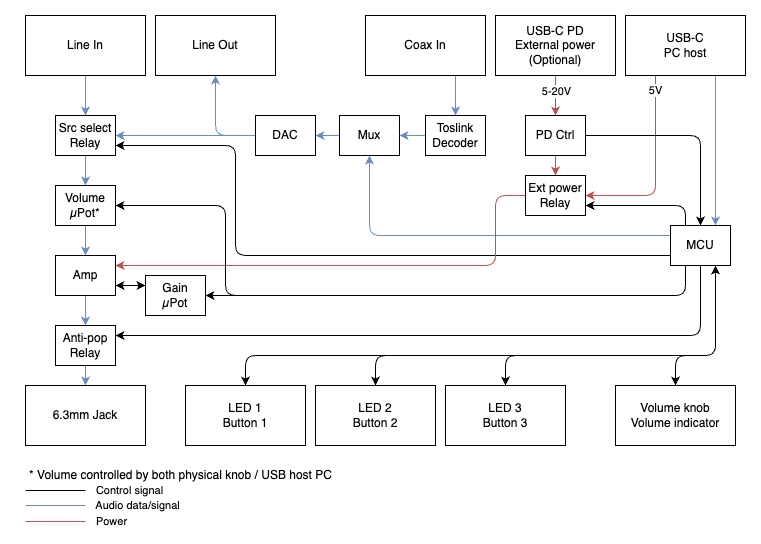
Earlier version of the draw.io export arch.drawio.png (akiroz/Project-H10). Source tidied: cells renumbered, new cells last; positions are measured from the earlier drawing's top-left corner, leaving out a move shared by most shapes.
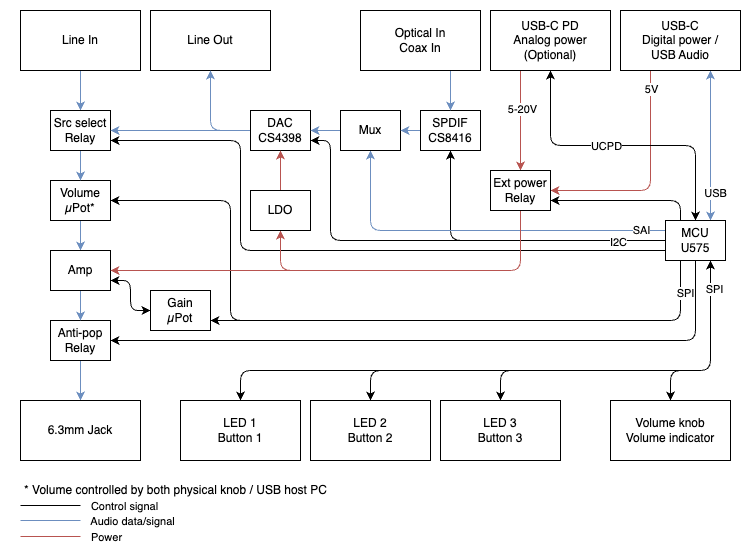
The same file after the commit.

Diff of the diagram source:
```diff
@@ -2,6 +2,9 @@
   <root>
     <mxCell id="0" />
     <mxCell id="1" parent="0" />
+    <mxCell id="59" style="edgeStyle=orthogonalEdgeStyle;rounded=1;jettySize=auto;html=1;exitX=0;exitY=0.5;exitDx=0;exitDy=0;entryX=0.5;entryY=1;entryDx=0;entryDy=0;" parent="1" edge="1" source="21" target="54">
+      <mxGeometry relative="1" as="geometry" />
+    </mxCell>
     <mxCell id="2" style="edgeStyle=orthogonalEdgeStyle;rounded=0;jettySize=auto;html=1;exitX=0.5;exitY=1;exitDx=0;exitDy=0;entryX=0.5;entryY=0;entryDx=0;entryDy=0;fillColor=#dae8fc;strokeColor=#6c8ebf;" parent="1" edge="1" source="3" target="12">
       <mxGeometry relative="1" as="geometry" />
     </mxCell>
@@ -11,9 +14,14 @@
     <mxCell id="4" value="Line Out" style="rounded=0;whiteSpace=wrap;html=1;" parent="1" vertex="1">
       <mxGeometry x="140" width="120" height="60" as="geometry" />
     </mxCell>
-    <mxCell id="5" style="edgeStyle=orthogonalEdgeStyle;rounded=0;jettySize=auto;html=1;exitX=0.75;exitY=1;exitDx=0;exitDy=0;entryX=0.75;entryY=0;entryDx=0;entryDy=0;fillColor=#dae8fc;strokeColor=#6c8ebf;" parent="1" edge="1" source="8" target="21">
+    <mxCell id="5" style="edgeStyle=orthogonalEdgeStyle;rounded=0;jettySize=auto;html=1;exitX=0.75;exitY=1;exitDx=0;exitDy=0;entryX=0.75;entryY=0;entryDx=0;entryDy=0;fillColor=#dae8fc;strokeColor=#6c8ebf;startArrow=classic;startFill=1;" parent="1" edge="1" source="8" target="21">
       <mxGeometry relative="1" as="geometry" />
     </mxCell>
+    <mxCell id="60" value="USB" style="edgeLabel;html=1;align=center;verticalAlign=middle;" parent="5" vertex="1">
+      <mxGeometry x="0.62" y="1" relative="1" as="geometry">
+        <mxPoint x="3" as="offset" />
+      </mxGeometry>
+    </mxCell>
     <mxCell id="6" style="edgeStyle=orthogonalEdgeStyle;rounded=1;jettySize=auto;html=1;exitX=0.25;exitY=1;exitDx=0;exitDy=0;entryX=1;entryY=0.5;entryDx=0;entryDy=0;fillColor=#f8cecc;strokeColor=#b85450;" parent="1" edge="1" source="8" target="43">
       <mxGeometry relative="1" as="geometry" />
     </mxCell>
@@ -22,7 +30,7 @@
         <mxPoint y="-6" as="offset" />
       </mxGeometry>
     </mxCell>
-    <mxCell id="8" value="USB-C&lt;br&gt;PC host" style="rounded=0;whiteSpace=wrap;html=1;" parent="1" vertex="1">
+    <mxCell id="8" value="USB-C&lt;br&gt;Digital power /&lt;br&gt;USB Audio" style="rounded=0;whiteSpace=wrap;html=1;" parent="1" vertex="1">
       <mxGeometry x="610" width="120" height="60" as="geometry" />
     </mxCell>
     <mxCell id="9" style="edgeStyle=orthogonalEdgeStyle;rounded=0;jettySize=auto;html=1;exitX=0.5;exitY=1;exitDx=0;exitDy=0;entryX=0.5;entryY=0;entryDx=0;entryDy=0;fillColor=#dae8fc;strokeColor=#6c8ebf;" parent="1" edge="1" source="10" target="41">
@@ -49,34 +57,55 @@
     <mxCell id="16" style="edgeStyle=orthogonalEdgeStyle;rounded=1;jettySize=auto;html=1;exitX=0;exitY=0.25;exitDx=0;exitDy=0;fillColor=#dae8fc;strokeColor=#6c8ebf;entryX=0.5;entryY=1;entryDx=0;entryDy=0;" parent="1" edge="1" source="21" target="52">
       <mxGeometry relative="1" as="geometry">
         <Array as="points">
-          <mxPoint x="354" y="220" />
+          <mxPoint x="360" y="220" />
         </Array>
       </mxGeometry>
     </mxCell>
+    <mxCell id="61" value="SAI" style="edgeLabel;html=1;align=center;verticalAlign=middle;" parent="16" vertex="1">
+      <mxGeometry x="-0.85" y="-1" relative="1" as="geometry">
+        <mxPoint x="3" as="offset" />
+      </mxGeometry>
+    </mxCell>
     <mxCell id="17" style="edgeStyle=orthogonalEdgeStyle;rounded=1;jettySize=auto;html=1;exitX=0;exitY=0.75;exitDx=0;exitDy=0;entryX=1;entryY=0.75;entryDx=0;entryDy=0;" parent="1" edge="1" source="21" target="12">
       <mxGeometry relative="1" as="geometry">
         <Array as="points">
-          <mxPoint x="220" y="240" />
-          <mxPoint x="220" y="130" />
+          <mxPoint x="230" y="240" />
+          <mxPoint x="230" y="130" />
         </Array>
       </mxGeometry>
     </mxCell>
     <mxCell id="18" style="edgeStyle=orthogonalEdgeStyle;rounded=1;jettySize=auto;html=1;exitX=0.25;exitY=1;exitDx=0;exitDy=0;entryX=1;entryY=0.5;entryDx=0;entryDy=0;" parent="1" edge="1" source="21" target="10">
       <mxGeometry relative="1" as="geometry">
         <Array as="points">
-          <mxPoint x="670" y="280" />
-          <mxPoint x="210" y="280" />
-          <mxPoint x="210" y="190" />
+          <mxPoint x="670" y="310" />
+          <mxPoint x="220" y="310" />
+          <mxPoint x="220" y="190" />
         </Array>
       </mxGeometry>
     </mxCell>
-    <mxCell id="19" style="edgeStyle=orthogonalEdgeStyle;rounded=1;jettySize=auto;html=1;exitX=0.5;exitY=1;exitDx=0;exitDy=0;entryX=1;entryY=0.25;entryDx=0;entryDy=0;" parent="1" edge="1" source="21" target="14">
+    <mxCell id="19" style="edgeStyle=orthogonalEdgeStyle;rounded=1;jettySize=auto;html=1;exitX=0.5;exitY=1;exitDx=0;exitDy=0;entryX=1;entryY=0.5;entryDx=0;entryDy=0;" parent="1" edge="1" source="21" target="14">
       <mxGeometry relative="1" as="geometry" />
     </mxCell>
-    <mxCell id="20" style="edgeStyle=orthogonalEdgeStyle;jettySize=auto;html=1;exitX=0.25;exitY=1;exitDx=0;exitDy=0;entryX=1;entryY=0.5;entryDx=0;entryDy=0;rounded=1;" parent="1" edge="1" source="21" target="49">
+    <mxCell id="20" style="edgeStyle=orthogonalEdgeStyle;jettySize=auto;html=1;exitX=0.25;exitY=1;exitDx=0;exitDy=0;entryX=1;entryY=0.75;entryDx=0;entryDy=0;rounded=1;" parent="1" edge="1" source="21" target="49">
       <mxGeometry relative="1" as="geometry" />
     </mxCell>
+    <mxCell id="62" value="SPI" style="edgeLabel;html=1;align=center;verticalAlign=middle;" parent="20" vertex="1">
+      <mxGeometry x="-0.76" relative="1" as="geometry">
+        <mxPoint x="6" y="-28" as="offset" />
+      </mxGeometry>
+    </mxCell>
+    <mxCell id="63" style="edgeStyle=orthogonalEdgeStyle;rounded=1;jettySize=auto;html=1;exitX=0;exitY=0.5;exitDx=0;exitDy=0;entryX=1;entryY=0.75;entryDx=0;entryDy=0;" parent="1" edge="1" source="21" target="24">
+      <mxGeometry relative="1" as="geometry">
+        <Array as="points">
+          <mxPoint x="320" y="230" />
+          <mxPoint x="320" y="130" />
+        </Array>
+      </mxGeometry>
+    </mxCell>
+    <mxCell id="64" value="I2C" style="edgeLabel;html=1;align=center;verticalAlign=middle;" parent="63" vertex="1">
+      <mxGeometry x="-0.79" y="1" relative="1" as="geometry" />
+    </mxCell>
-    <mxCell id="21" value="MCU" style="rounded=0;whiteSpace=wrap;html=1;" parent="1" vertex="1">
+    <mxCell id="21" value="MCU&lt;br&gt;U575" style="rounded=0;whiteSpace=wrap;html=1;" parent="1" vertex="1">
       <mxGeometry x="655" y="210" width="60" height="40" as="geometry" />
     </mxCell>
     <mxCell id="22" style="edgeStyle=orthogonalEdgeStyle;rounded=1;jettySize=auto;html=1;exitX=0;exitY=0.5;exitDx=0;exitDy=0;entryX=1;entryY=0.5;entryDx=0;entryDy=0;fillColor=#dae8fc;strokeColor=#6c8ebf;" parent="1" edge="1" source="24" target="12">
@@ -85,96 +114,107 @@
     <mxCell id="23" style="edgeStyle=orthogonalEdgeStyle;rounded=1;jettySize=auto;html=1;exitX=0;exitY=0.5;exitDx=0;exitDy=0;entryX=0.5;entryY=1;entryDx=0;entryDy=0;fillColor=#dae8fc;strokeColor=#6c8ebf;" parent="1" edge="1" source="24" target="4">
       <mxGeometry relative="1" as="geometry" />
     </mxCell>
-    <mxCell id="24" value="DAC" style="rounded=0;whiteSpace=wrap;html=1;" parent="1" vertex="1">
+    <mxCell id="24" value="DAC&lt;br&gt;CS4398" style="rounded=0;whiteSpace=wrap;html=1;" parent="1" vertex="1">
       <mxGeometry x="240" y="100" width="60" height="40" as="geometry" />
     </mxCell>
     <mxCell id="25" value="6.3mm Jack" style="rounded=0;whiteSpace=wrap;html=1;" parent="1" vertex="1">
-      <mxGeometry x="10" y="370" width="120" height="60" as="geometry" />
+      <mxGeometry x="10" y="390" width="120" height="60" as="geometry" />
     </mxCell>
     <mxCell id="26" style="edgeStyle=orthogonalEdgeStyle;rounded=1;jettySize=auto;html=1;exitX=0.5;exitY=0;exitDx=0;exitDy=0;entryX=0.75;entryY=1;entryDx=0;entryDy=0;startArrow=classic;startFill=1;" parent="1" edge="1" source="27" target="21">
       <mxGeometry relative="1" as="geometry">
         <Array as="points">
-          <mxPoint x="660" y="340" />
-          <mxPoint x="700" y="340" />
+          <mxPoint x="660" y="360" />
+          <mxPoint x="700" y="360" />
         </Array>
       </mxGeometry>
     </mxCell>
     <mxCell id="27" value="Volume knob&lt;br&gt;Volume indicator" style="rounded=0;whiteSpace=wrap;html=1;" parent="1" vertex="1">
-      <mxGeometry x="600" y="370" width="120" height="60" as="geometry" />
+      <mxGeometry x="600" y="390" width="120" height="60" as="geometry" />
     </mxCell>
     <mxCell id="28" style="edgeStyle=orthogonalEdgeStyle;rounded=1;jettySize=auto;html=1;exitX=0.5;exitY=0;exitDx=0;exitDy=0;entryX=0.75;entryY=1;entryDx=0;entryDy=0;startArrow=classic;startFill=1;" parent="1" edge="1" source="29" target="21">
       <mxGeometry relative="1" as="geometry">
         <Array as="points">
-          <mxPoint x="230" y="340" />
-          <mxPoint x="700" y="340" />
+          <mxPoint x="230" y="360" />
+          <mxPoint x="700" y="360" />
         </Array>
       </mxGeometry>
     </mxCell>
     <mxCell id="29" value="LED 1&lt;br&gt;Button 1" style="rounded=0;whiteSpace=wrap;html=1;" parent="1" vertex="1">
-      <mxGeometry x="170" y="370" width="120" height="60" as="geometry" />
+      <mxGeometry x="170" y="390" width="120" height="60" as="geometry" />
     </mxCell>
     <mxCell id="30" style="edgeStyle=orthogonalEdgeStyle;rounded=1;jettySize=auto;html=1;exitX=0.5;exitY=0;exitDx=0;exitDy=0;startArrow=classic;startFill=1;" parent="1" edge="1" source="31">
       <mxGeometry relative="1" as="geometry">
         <mxPoint x="700" y="250" as="targetPoint" />
         <Array as="points">
-          <mxPoint x="360" y="340" />
-          <mxPoint x="700" y="340" />
+          <mxPoint x="360" y="360" />
+          <mxPoint x="700" y="360" />
         </Array>
       </mxGeometry>
     </mxCell>
     <mxCell id="31" value="LED 2&lt;br&gt;Button 2" style="rounded=0;whiteSpace=wrap;html=1;" parent="1" vertex="1">
-      <mxGeometry x="300" y="370" width="120" height="60" as="geometry" />
+      <mxGeometry x="300" y="390" width="120" height="60" as="geometry" />
     </mxCell>
     <mxCell id="32" style="edgeStyle=orthogonalEdgeStyle;rounded=1;jettySize=auto;html=1;exitX=0.5;exitY=0;exitDx=0;exitDy=0;entryX=0.75;entryY=1;entryDx=0;entryDy=0;startArrow=classic;startFill=1;" parent="1" edge="1" source="33" target="21">
       <mxGeometry relative="1" as="geometry">
         <Array as="points">
-          <mxPoint x="490" y="340" />
-          <mxPoint x="700" y="340" />
+          <mxPoint x="490" y="360" />
+          <mxPoint x="700" y="360" />
         </Array>
       </mxGeometry>
     </mxCell>
+    <mxCell id="65" value="SPI" style="edgeLabel;html=1;align=center;verticalAlign=middle;" parent="32" vertex="1">
+      <mxGeometry x="0.84" y="-1" relative="1" as="geometry">
+        <mxPoint x="2" as="offset" />
+      </mxGeometry>
+    </mxCell>
     <mxCell id="33" value="LED 3&lt;br&gt;Button 3" style="rounded=0;whiteSpace=wrap;html=1;" parent="1" vertex="1">
-      <mxGeometry x="430" y="370" width="120" height="60" as="geometry" />
+      <mxGeometry x="430" y="390" width="120" height="60" as="geometry" />
     </mxCell>
-    <mxCell id="34" style="edgeStyle=orthogonalEdgeStyle;rounded=0;jettySize=auto;html=1;exitX=0.5;exitY=1;exitDx=0;exitDy=0;entryX=0.5;entryY=0;entryDx=0;entryDy=0;fillColor=#f8cecc;strokeColor=#b85450;" parent="1" edge="1" source="36" target="39">
+    <mxCell id="34" style="edgeStyle=orthogonalEdgeStyle;rounded=0;jettySize=auto;html=1;exitX=0.25;exitY=1;exitDx=0;exitDy=0;entryX=0.5;entryY=0;entryDx=0;entryDy=0;fillColor=#f8cecc;strokeColor=#b85450;" parent="1" edge="1" source="36" target="43">
       <mxGeometry relative="1" as="geometry" />
     </mxCell>
     <mxCell id="35" value="5-20V" style="edgeLabel;html=1;align=center;verticalAlign=middle;" parent="34" vertex="1">
       <mxGeometry x="-0.24" y="1" relative="1" as="geometry" />
     </mxCell>
-    <mxCell id="36" value="USB-C PD&lt;br&gt;External power&lt;br&gt;(Optional)" style="rounded=0;whiteSpace=wrap;html=1;" parent="1" vertex="1">
+    <mxCell id="36" value="USB-C PD&lt;br&gt;Analog power&lt;br&gt;(Optional)" style="rounded=0;whiteSpace=wrap;html=1;" parent="1" vertex="1">
       <mxGeometry x="480" width="120" height="60" as="geometry" />
     </mxCell>
-    <mxCell id="37" style="edgeStyle=orthogonalEdgeStyle;rounded=0;jettySize=auto;html=1;exitX=0.5;exitY=1;exitDx=0;exitDy=0;entryX=0.5;entryY=0;entryDx=0;entryDy=0;fillColor=#f8cecc;strokeColor=#b85450;" parent="1" edge="1" source="39" target="43">
-      <mxGeometry relative="1" as="geometry" />
-    </mxCell>
-    <mxCell id="38" style="edgeStyle=orthogonalEdgeStyle;rounded=1;jettySize=auto;html=1;exitX=1;exitY=0.5;exitDx=0;exitDy=0;entryX=0.5;entryY=0;entryDx=0;entryDy=0;" parent="1" edge="1" source="39" target="21">
+    <mxCell id="38" style="edgeStyle=orthogonalEdgeStyle;rounded=1;jettySize=auto;html=1;exitX=0.5;exitY=1;exitDx=0;exitDy=0;entryX=0.5;entryY=0;entryDx=0;entryDy=0;startArrow=classic;startFill=1;" parent="1" edge="1" source="36" target="21">
       <mxGeometry relative="1" as="geometry" />
     </mxCell>
-    <mxCell id="39" value="PD Ctrl" style="rounded=0;whiteSpace=wrap;html=1;" parent="1" vertex="1">
-      <mxGeometry x="510" y="100" width="60" height="40" as="geometry" />
-    </mxCell>
+    <mxCell id="66" value="UCPD" style="edgeLabel;html=1;align=center;verticalAlign=middle;" parent="38" vertex="1">
+      <mxGeometry x="-0.17" y="2" relative="1" as="geometry">
+        <mxPoint x="7" y="2" as="offset" />
+      </mxGeometry>
+    </mxCell>
     <mxCell id="40" style="edgeStyle=orthogonalEdgeStyle;rounded=0;jettySize=auto;html=1;exitX=0.5;exitY=1;exitDx=0;exitDy=0;entryX=0.5;entryY=0;entryDx=0;entryDy=0;fillColor=#dae8fc;strokeColor=#6c8ebf;" parent="1" edge="1" source="41" target="14">
       <mxGeometry relative="1" as="geometry" />
     </mxCell>
     <mxCell id="41" value="Amp" style="rounded=0;whiteSpace=wrap;html=1;" parent="1" vertex="1">
       <mxGeometry x="40" y="240" width="60" height="40" as="geometry" />
     </mxCell>
-    <mxCell id="42" style="edgeStyle=orthogonalEdgeStyle;rounded=1;jettySize=auto;html=1;exitX=0;exitY=0.5;exitDx=0;exitDy=0;entryX=1;entryY=0.25;entryDx=0;entryDy=0;fillColor=#f8cecc;strokeColor=#b85450;" parent="1" edge="1" source="43" target="41">
+    <mxCell id="42" style="edgeStyle=orthogonalEdgeStyle;rounded=1;jettySize=auto;html=1;exitX=0.5;exitY=1;exitDx=0;exitDy=0;entryX=1;entryY=0.5;entryDx=0;entryDy=0;fillColor=#f8cecc;strokeColor=#b85450;" parent="1" edge="1" source="43" target="41">
       <mxGeometry relative="1" as="geometry">
         <Array as="points">
-          <mxPoint x="480" y="180" />
-          <mxPoint x="480" y="250" />
+          <mxPoint x="510" y="260" />
         </Array>
       </mxGeometry>
     </mxCell>
+    <mxCell id="67" style="edgeStyle=orthogonalEdgeStyle;rounded=1;jettySize=auto;html=1;exitX=0.5;exitY=1;exitDx=0;exitDy=0;entryX=0.5;entryY=1;entryDx=0;entryDy=0;fillColor=#f8cecc;strokeColor=#b85450;" parent="1" edge="1" source="43" target="70">
+      <mxGeometry relative="1" as="geometry">
+        <Array as="points">
+          <mxPoint x="510" y="260" />
+          <mxPoint x="270" y="260" />
+        </Array>
+      </mxGeometry>
+    </mxCell>
     <mxCell id="43" value="Ext power&lt;br&gt;Relay" style="rounded=0;whiteSpace=wrap;html=1;" parent="1" vertex="1">
-      <mxGeometry x="510" y="160" width="60" height="40" as="geometry" />
+      <mxGeometry x="480" y="160" width="60" height="40" as="geometry" />
     </mxCell>
     <mxCell id="44" style="endArrow=none;html=1;rounded=0;fillColor=#dae8fc;strokeColor=#6c8ebf;" parent="1" edge="1">
       <mxGeometry relative="1" as="geometry">
-        <mxPoint x="10" y="490" as="sourcePoint" />
-        <mxPoint x="70" y="490" as="targetPoint" />
+        <mxPoint x="10" y="510" as="sourcePoint" />
+        <mxPoint x="70" y="510" as="targetPoint" />
       </mxGeometry>
     </mxCell>
     <mxCell id="45" value="Audio data/signal" style="edgeLabel;html=1;align=center;verticalAlign=middle;" parent="44" vertex="1">
@@ -184,8 +224,8 @@
     </mxCell>
     <mxCell id="46" style="endArrow=none;html=1;rounded=0;fillColor=#f8cecc;strokeColor=#b85450;" parent="1" edge="1">
       <mxGeometry relative="1" as="geometry">
-        <mxPoint x="10" y="506" as="sourcePoint" />
-        <mxPoint x="70" y="506" as="targetPoint" />
+        <mxPoint x="10" y="526" as="sourcePoint" />
+        <mxPoint x="70" y="526" as="targetPoint" />
       </mxGeometry>
     </mxCell>
     <mxCell id="47" value="Power" style="edgeLabel;html=1;align=center;verticalAlign=middle;" parent="46" vertex="1">
@@ -194,36 +234,36 @@
       </mxGeometry>
     </mxCell>
     <mxCell id="48" value="* Volume controlled by both physical knob / USB host PC" style="text;html=1;align=center;verticalAlign=middle;strokeColor=none;fillColor=none;" parent="1" vertex="1">
-      <mxGeometry y="445" width="330" height="30" as="geometry" />
+      <mxGeometry y="465" width="330" height="30" as="geometry" />
     </mxCell>
+    <mxCell id="68" style="edgeStyle=orthogonalEdgeStyle;rounded=1;jettySize=auto;html=1;exitX=0;exitY=0.5;exitDx=0;exitDy=0;entryX=1;entryY=0.75;entryDx=0;entryDy=0;startArrow=classic;startFill=1;" parent="1" edge="1" source="49" target="41">
+      <mxGeometry relative="1" as="geometry" />
+    </mxCell>
     <mxCell id="49" value="Gain&lt;br&gt;µPot" style="rounded=0;whiteSpace=wrap;html=1;" parent="1" vertex="1">
-      <mxGeometry x="130" y="260" width="60" height="40" as="geometry" />
+      <mxGeometry x="140" y="280" width="60" height="40" as="geometry" />
     </mxCell>
-    <mxCell id="50" style="endArrow=classic;startArrow=classic;html=1;rounded=0;exitX=1;exitY=0.75;exitDx=0;exitDy=0;entryX=0;entryY=0.25;entryDx=0;entryDy=0;" parent="1" edge="1" source="41" target="49">
-      <mxGeometry relative="1" as="geometry" />
-    </mxCell>
     <mxCell id="51" style="edgeStyle=orthogonalEdgeStyle;rounded=0;jettySize=auto;html=1;exitX=0;exitY=0.5;exitDx=0;exitDy=0;entryX=1;entryY=0.5;entryDx=0;entryDy=0;fillColor=#dae8fc;strokeColor=#6c8ebf;" parent="1" edge="1" source="52" target="24">
       <mxGeometry relative="1" as="geometry" />
     </mxCell>
     <mxCell id="52" value="Mux" style="rounded=0;whiteSpace=wrap;html=1;" parent="1" vertex="1">
-      <mxGeometry x="324" y="100" width="60" height="40" as="geometry" />
+      <mxGeometry x="330" y="100" width="60" height="40" as="geometry" />
     </mxCell>
     <mxCell id="53" style="edgeStyle=orthogonalEdgeStyle;rounded=0;jettySize=auto;html=1;exitX=0;exitY=0.5;exitDx=0;exitDy=0;entryX=1;entryY=0.5;entryDx=0;entryDy=0;fillColor=#dae8fc;strokeColor=#6c8ebf;" parent="1" edge="1" source="54" target="52">
       <mxGeometry relative="1" as="geometry" />
     </mxCell>
-    <mxCell id="54" value="Toslink&lt;br&gt;Decoder" style="rounded=0;whiteSpace=wrap;html=1;" parent="1" vertex="1">
+    <mxCell id="54" value="SPDIF&lt;br&gt;CS8416" style="rounded=0;whiteSpace=wrap;html=1;" parent="1" vertex="1">
       <mxGeometry x="410" y="100" width="60" height="40" as="geometry" />
     </mxCell>
     <mxCell id="55" style="edgeStyle=orthogonalEdgeStyle;rounded=0;jettySize=auto;html=1;exitX=0.75;exitY=1;exitDx=0;exitDy=0;entryX=0.5;entryY=0;entryDx=0;entryDy=0;fillColor=#dae8fc;strokeColor=#6c8ebf;" parent="1" edge="1" source="56" target="54">
       <mxGeometry relative="1" as="geometry" />
     </mxCell>
-    <mxCell id="56" value="Coax In" style="rounded=0;whiteSpace=wrap;html=1;" parent="1" vertex="1">
+    <mxCell id="56" value="Optical In&lt;br&gt;Coax In" style="rounded=0;whiteSpace=wrap;html=1;" parent="1" vertex="1">
       <mxGeometry x="350" width="120" height="60" as="geometry" />
     </mxCell>
     <mxCell id="57" style="endArrow=none;html=1;rounded=0;fillColor=#dae8fc;strokeColor=#000000;" parent="1" edge="1">
       <mxGeometry relative="1" as="geometry">
-        <mxPoint x="10" y="475" as="sourcePoint" />
-        <mxPoint x="70" y="475" as="targetPoint" />
+        <mxPoint x="10" y="495" as="sourcePoint" />
+        <mxPoint x="70" y="495" as="targetPoint" />
       </mxGeometry>
     </mxCell>
     <mxCell id="58" value="Control signal" style="edgeLabel;html=1;align=center;verticalAlign=middle;" parent="57" vertex="1">
@@ -231,5 +271,11 @@
         <mxPoint x="85" y="-2" as="offset" />
       </mxGeometry>
     </mxCell>
+    <mxCell id="69" style="edgeStyle=orthogonalEdgeStyle;rounded=0;jettySize=auto;html=1;exitX=0.5;exitY=0;exitDx=0;exitDy=0;entryX=0.5;entryY=1;entryDx=0;entryDy=0;fillColor=#f8cecc;strokeColor=#b85450;" parent="1" edge="1" source="70" target="24">
+      <mxGeometry relative="1" as="geometry" />
+    </mxCell>
+    <mxCell id="70" value="LDO" style="rounded=0;whiteSpace=wrap;html=1;" parent="1" vertex="1">
+      <mxGeometry x="240" y="180" width="60" height="40" as="geometry" />
+    </mxCell>
   </root>
 </mxGraphModel>
```
